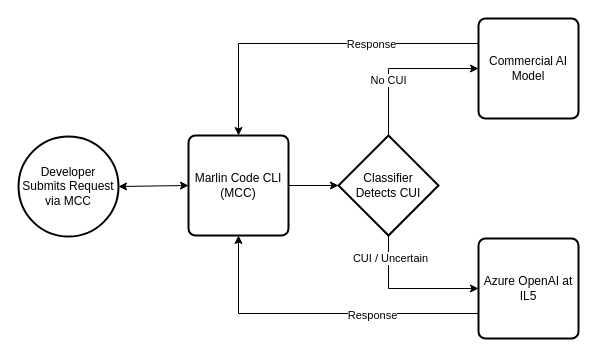
Before: Diagrams/MCC_Routing_Architecture.drawio in MacG70/Marlin_Code_CLI, a draw.io diagram. Source tidied: cells renumbered, new cells numbered last; positions are measured from the earlier drawing's top-left corner, leaving out a move shared by most shapes. Both pictures are drawn from the tidied source at 100%, with x=0, y=0 at pixel (18, 18).
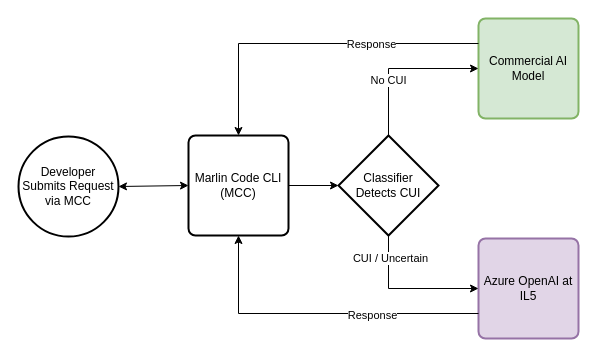
The same page after the edit.

What changed in the source:
```diff
@@
-    <mxCell id="4" value="Commercial AI Model" style="rounded=1;whiteSpace=wrap;html=1;absoluteArcSize=1;arcSize=14;strokeWidth=2;" parent="1" vertex="1">
+    <mxCell id="4" value="Commercial AI Model" style="rounded=1;whiteSpace=wrap;html=1;absoluteArcSize=1;arcSize=14;strokeWidth=2;fillColor=#d5e8d4;strokeColor=#82b366;" parent="1" vertex="1">
       <mxGeometry x="460" width="100" height="100" as="geometry" />
     </mxCell>
@@
-    <mxCell id="6" value="Azure OpenAI at IL5" style="rounded=1;whiteSpace=wrap;html=1;absoluteArcSize=1;arcSize=14;strokeWidth=2;" parent="1" vertex="1">
+    <mxCell id="6" value="Azure OpenAI at IL5" style="rounded=1;whiteSpace=wrap;html=1;absoluteArcSize=1;arcSize=14;strokeWidth=2;fillColor=#e1d5e7;strokeColor=#9673a6;" parent="1" vertex="1">
       <mxGeometry x="460" y="220" width="100" height="100" as="geometry" />
     </mxCell>
```
